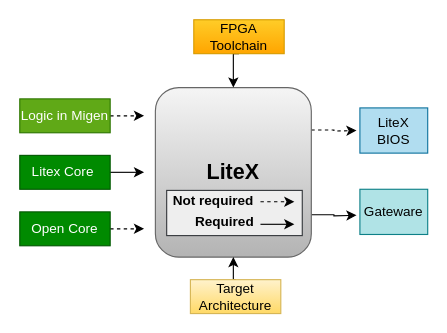
Above: Diagrams/litex_flow.drawio in Lefteris-B/Risc-V-SoC-Using-LiteX (draw.io), before the change. Source tidied: cells renumbered, new cells numbered last; positions are measured from the earlier drawing's top-left corner, leaving out a move shared by most shapes. Both pictures are drawn from the tidied source at 113%, with x=0, y=0 at pixel (19, 19).
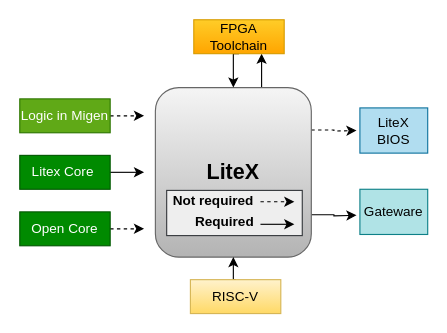
Above is the later version.

The change refers to these unchanged cells:
```xml
<mxCell id="5" value="&lt;b&gt;&lt;font style=&quot;font-size: 19px&quot;&gt;LiteX&lt;/font&gt;&lt;/b&gt;" style="rounded=1;whiteSpace=wrap;html=1;fillColor=#f5f5f5;strokeColor=#666666;gradientColor=#b3b3b3;" parent="1" vertex="1">
  <mxGeometry x="120" y="60" width="138" height="150" as="geometry" />
</mxCell>
<mxCell id="7" value="FPGA Toolchain" style="rounded=0;whiteSpace=wrap;html=1;fillColor=#ffcd28;strokeColor=#d79b00;gradientColor=#ffa500;" parent="1" vertex="1">
  <mxGeometry x="154" width="80" height="30" as="geometry" />
</mxCell>
```

The edit, as a diff of the source:
```diff
@@
+    <mxCell id="23" style="edgeStyle=orthogonalEdgeStyle;rounded=0;jettySize=auto;html=1;exitX=0.75;exitY=0;exitDx=0;exitDy=0;entryX=0.75;entryY=1;entryDx=0;entryDy=0;" parent="1" edge="1" source="5" target="7">
+      <mxGeometry relative="1" as="geometry" />
+    </mxCell>
@@
-    <mxCell id="9" value="Target Architecture" style="rounded=0;whiteSpace=wrap;html=1;fillColor=#fff2cc;strokeColor=#d6b656;gradientColor=#ffd966;" parent="1" vertex="1">
+    <mxCell id="9" value="RISC-V" style="rounded=0;whiteSpace=wrap;html=1;fillColor=#fff2cc;strokeColor=#d6b656;gradientColor=#ffd966;" parent="1" vertex="1">
       <mxGeometry x="151" y="230" width="80" height="30" as="geometry" />
     </mxCell>
```
